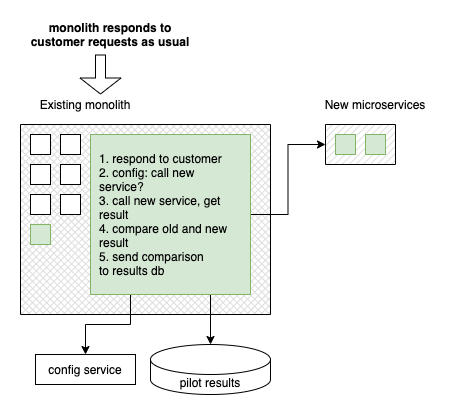
Above: service-response-comparison.png in stellarjaydoc/architecture (draw.io), before the change. Source tidied: cells renumbered, new cells last; positions are measured from the earlier drawing's top-left corner, leaving out a move shared by most shapes.
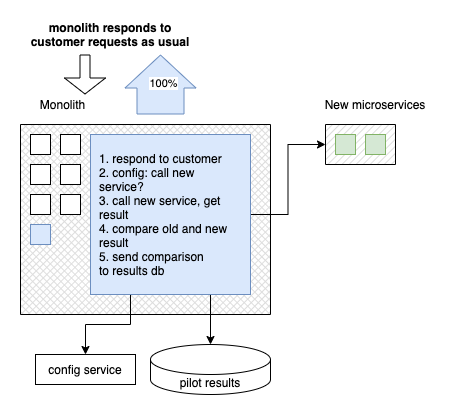
After the change.

What changed in the source:
```diff
@@ -14,7 +14,7 @@
     <mxCell id="5" style="whiteSpace=wrap;html=1;" parent="1" vertex="1">
       <mxGeometry x="40" y="110" width="20" height="20" as="geometry" />
     </mxCell>
-    <mxCell id="6" style="whiteSpace=wrap;html=1;fillColor=#d5e8d4;strokeColor=#82b366;" parent="1" vertex="1">
+    <mxCell id="6" style="whiteSpace=wrap;html=1;fillColor=#dae8fc;strokeColor=#6c8ebf;" parent="1" vertex="1">
       <mxGeometry x="10" y="200" width="20" height="20" as="geometry" />
     </mxCell>
     <mxCell id="7" style="edgeStyle=orthogonalEdgeStyle;rounded=0;jettySize=auto;html=1;exitX=1;exitY=0.5;exitDx=0;exitDy=0;entryX=0;entryY=0.5;entryDx=0;entryDy=0;entryPerimeter=0;" parent="1" edge="1" source="10" target="3">
@@ -26,7 +26,7 @@
     <mxCell id="9" style="edgeStyle=orthogonalEdgeStyle;rounded=0;jettySize=auto;html=1;exitX=0.25;exitY=1;exitDx=0;exitDy=0;entryX=0.5;entryY=0;entryDx=0;entryDy=0;" parent="1" edge="1" source="10" target="19">
       <mxGeometry relative="1" as="geometry" />
     </mxCell>
-    <mxCell id="10" value="&lt;div style=&quot;text-align: left&quot;&gt;&lt;span&gt;1. respond to customer&lt;/span&gt;&lt;/div&gt;&lt;div style=&quot;text-align: left&quot;&gt;&lt;span&gt;2. config: call new service?&lt;/span&gt;&lt;/div&gt;&lt;div style=&quot;text-align: left&quot;&gt;3. call new service, get result&lt;/div&gt;&lt;div style=&quot;text-align: left&quot;&gt;4. compare old and new result&lt;/div&gt;&lt;div style=&quot;text-align: left&quot;&gt;5. send comparison to&amp;nbsp;&lt;span&gt;results db&lt;/span&gt;&lt;/div&gt;" style="whiteSpace=wrap;html=1;fillColor=#d5e8d4;strokeColor=#82b366;spacing=10;" parent="1" vertex="1">
+    <mxCell id="10" value="&lt;div style=&quot;text-align: left&quot;&gt;&lt;span&gt;1. respond to customer&lt;/span&gt;&lt;/div&gt;&lt;div style=&quot;text-align: left&quot;&gt;&lt;span&gt;2. config: call new service?&lt;/span&gt;&lt;/div&gt;&lt;div style=&quot;text-align: left&quot;&gt;3. call new service, get result&lt;/div&gt;&lt;div style=&quot;text-align: left&quot;&gt;4. compare old and new result&lt;/div&gt;&lt;div style=&quot;text-align: left&quot;&gt;5. send comparison to&amp;nbsp;&lt;span&gt;results db&lt;/span&gt;&lt;/div&gt;" style="whiteSpace=wrap;html=1;fillColor=#dae8fc;strokeColor=#6c8ebf;spacing=10;" parent="1" vertex="1">
       <mxGeometry x="70" y="110" width="160" height="160" as="geometry" />
     </mxCell>
     <mxCell id="11" style="whiteSpace=wrap;html=1;" parent="1" vertex="1">
@@ -47,8 +47,8 @@
     <mxCell id="16" style="whiteSpace=wrap;html=1;fillColor=#d5e8d4;strokeColor=#82b366;" parent="1" vertex="1">
       <mxGeometry x="345" y="110" width="20" height="20" as="geometry" />
     </mxCell>
-    <mxCell id="17" value="Existing monolith" style="text;html=1;strokeColor=none;fillColor=none;align=center;verticalAlign=middle;whiteSpace=wrap;rounded=0;" parent="1" vertex="1">
-      <mxGeometry x="5" y="70" width="120" height="20" as="geometry" />
+    <mxCell id="17" value="Monolith" style="text;html=1;strokeColor=none;fillColor=none;align=center;verticalAlign=middle;whiteSpace=wrap;rounded=0;" parent="1" vertex="1">
+      <mxGeometry x="5" y="70" width="75" height="20" as="geometry" />
     </mxCell>
     <mxCell id="18" value="New microservices" style="text;html=1;strokeColor=none;fillColor=none;align=center;verticalAlign=middle;whiteSpace=wrap;rounded=0;" parent="1" vertex="1">
       <mxGeometry x="295" y="70" width="120" height="20" as="geometry" />
@@ -61,12 +61,23 @@
     </mxCell>
     <mxCell id="21" style="shape=flexArrow;endArrow=classic;html=1;endWidth=30;endSize=5;" parent="1" edge="1">
       <mxGeometry relative="1" as="geometry">
-        <mxPoint x="80" y="30" as="sourcePoint" />
-        <mxPoint x="80" y="70" as="targetPoint" />
+        <mxPoint x="64.5" y="30" as="sourcePoint" />
+        <mxPoint x="64.5" y="70" as="targetPoint" />
       </mxGeometry>
     </mxCell>
     <mxCell id="22" value="monolith responds to customer requests as usual" style="text;html=1;strokeColor=none;fillColor=none;align=center;verticalAlign=middle;whiteSpace=wrap;rounded=0;fontStyle=1;" parent="1" vertex="1">
       <mxGeometry width="180" height="20" as="geometry" />
     </mxCell>
+    <mxCell id="23" style="shape=flexArrow;endArrow=classic;html=1;endWidth=23;endSize=10.67;fillColor=#dae8fc;strokeColor=#6c8ebf;width=47;labelBackgroundColor=none;" parent="1" edge="1">
+      <mxGeometry relative="1" as="geometry">
+        <mxPoint x="140" y="90" as="sourcePoint" />
+        <mxPoint x="140" y="30" as="targetPoint" />
+      </mxGeometry>
+    </mxCell>
+    <mxCell id="24" value="100%" style="edgeLabel;html=1;align=center;verticalAlign=middle;" parent="23" vertex="1">
+      <mxGeometry x="0.07" y="-4" relative="1" as="geometry">
+        <mxPoint x="-2" as="offset" />
+      </mxGeometry>
+    </mxCell>
   </root>
 </mxGraphModel>
```
